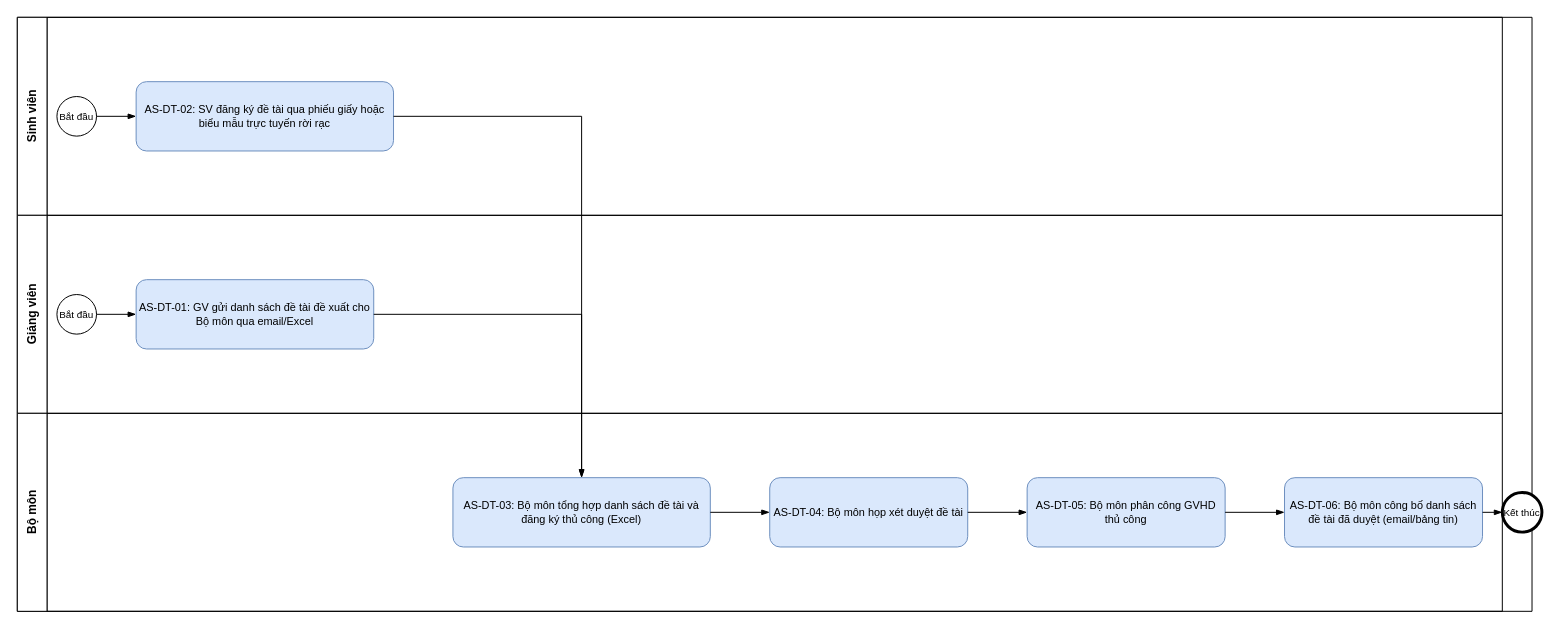
Before: page "AS-IS" (1 of 2) of docs/chuong-2-khao-sat-phan-tich/bpmn/01-de-tai.drawio in dtc235200036-alt/ICTU-DATN-NguyenThiMaiAnh, a draw.io diagram. Source tidied: cells renumbered, new cells numbered last; positions are measured from the earlier drawing's top-left corner, leaving out a move shared by most shapes. Both pictures are drawn from the tidied source at 99%, with x=0, y=0 at pixel (17, 17).
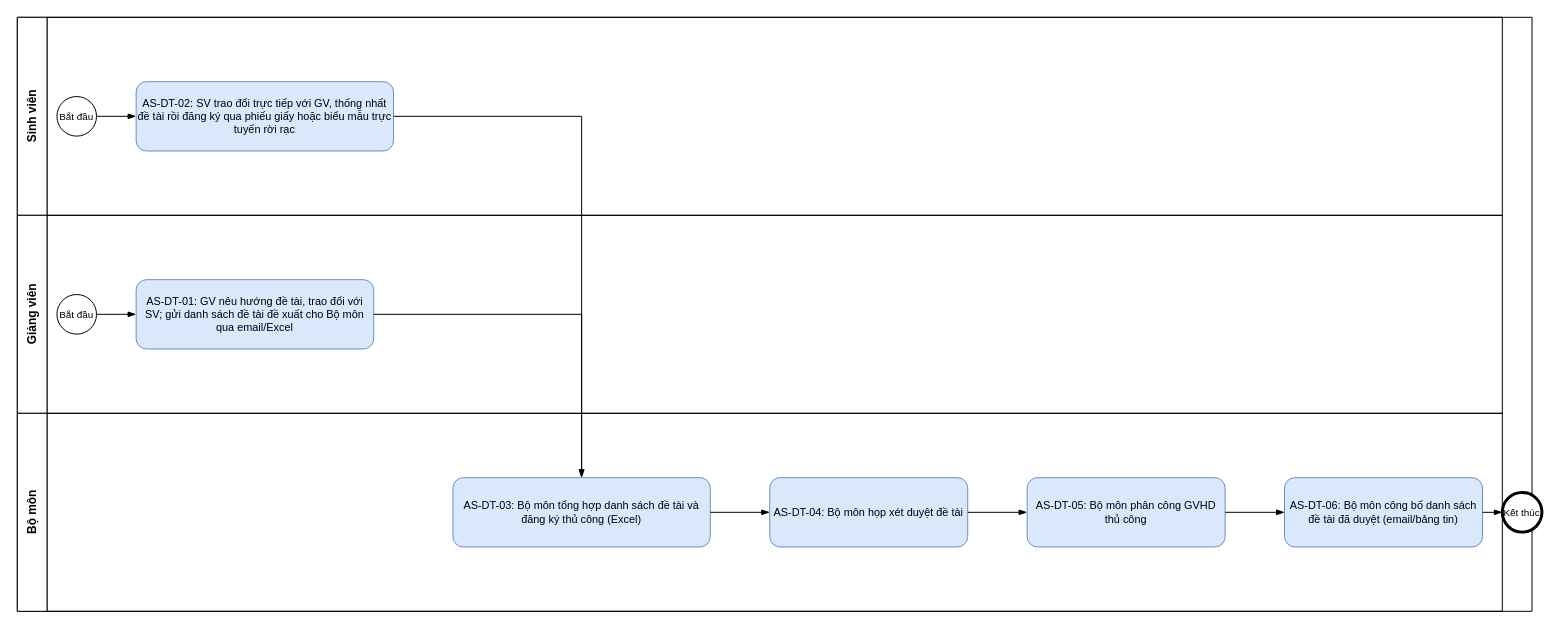
Above is the later version.

The change refers to these unchanged cells:
```xml
<mxCell id="3" value="Sinh viên" style="swimlane;horizontal=0;whiteSpace=wrap;html=1;startSize=30;fontSize=12;" parent="2" vertex="1">
  <mxGeometry width="1500" height="200" as="geometry" />
</mxCell>
<mxCell id="4" value="Giảng viên" style="swimlane;horizontal=0;whiteSpace=wrap;html=1;startSize=30;fontSize=12;" parent="2" vertex="1">
  <mxGeometry y="200" width="1500" height="200" as="geometry" />
</mxCell>
```

The edit, as a diff of the source:
```diff
@@
-    <mxCell id="7" value="AS-DT-01: GV gửi danh sách đề tài đề xuất cho Bộ môn qua email/Excel" style="rounded=1;whiteSpace=wrap;html=1;fillColor=#dae8fc;strokeColor=#6c8ebf;fontSize=11;" parent="4" vertex="1">
+    <mxCell id="7" value="AS-DT-01: GV nêu hướng đề tài, trao đổi với SV; gửi danh sách đề tài đề xuất cho Bộ môn qua email/Excel" style="rounded=1;whiteSpace=wrap;html=1;fillColor=#dae8fc;strokeColor=#6c8ebf;fontSize=11;" parent="4" vertex="1">
       <mxGeometry x="120" y="65" width="240" height="70" as="geometry" />
     </mxCell>
@@
-    <mxCell id="9" value="AS-DT-02: SV đăng ký đề tài qua phiếu giấy hoặc biểu mẫu trực tuyến rời rạc" style="rounded=1;whiteSpace=wrap;html=1;fillColor=#dae8fc;strokeColor=#6c8ebf;fontSize=11;" parent="3" vertex="1">
+    <mxCell id="9" value="AS-DT-02: SV trao đổi trực tiếp với GV, thống nhất đề tài rồi đăng ký qua phiếu giấy hoặc biểu mẫu trực tuyến rời rạc" style="rounded=1;whiteSpace=wrap;html=1;fillColor=#dae8fc;strokeColor=#6c8ebf;fontSize=11;" parent="3" vertex="1">
       <mxGeometry x="120" y="65" width="260" height="70" as="geometry" />
     </mxCell>
```
